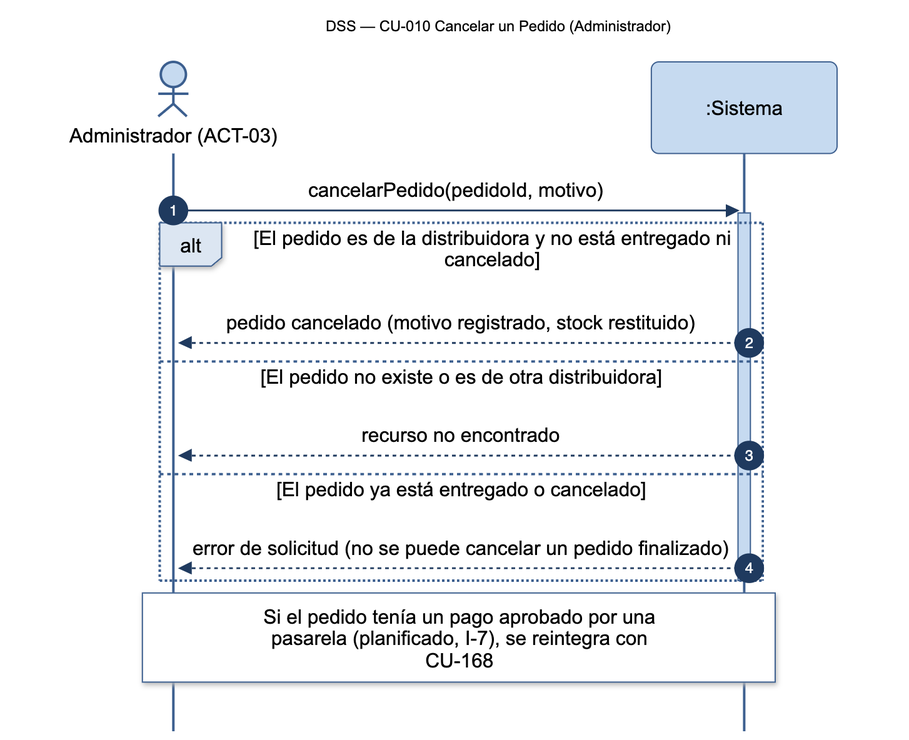
This is diagramas/png/DSS_CU-010_Cancelar-un-Pedido.png from Nahuelito-Dev/splg-docs, a Mermaid export, as it was before one commit. Its source is kept beside it as diagramas/DSS_CU-010_Cancelar-un-Pedido.mmd. Its diagram source:
```mermaid
sequenceDiagram
    title DSS — CU-010 Cancelar un Pedido (Administrador)
    autonumber
    actor ADM as Administrador (ACT-03)
    participant SIS as :Sistema

    ADM->>SIS: cancelarPedido(pedidoId, motivo)
    activate SIS
    alt El pedido es de la distribuidora y no está entregado ni cancelado
        SIS-->>ADM: pedido cancelado (motivo registrado, stock restituido)
    else El pedido no existe o es de otra distribuidora
        SIS-->>ADM: recurso no encontrado
    else El pedido ya está entregado o cancelado
        SIS-->>ADM: error de solicitud (no se puede cancelar un pedido finalizado)
    end
    deactivate SIS
    Note over ADM,SIS: Si el pedido tenía un pago aprobado por una<br/>pasarela (planificado, I-7), se reintegra con<br/>CU-168
```
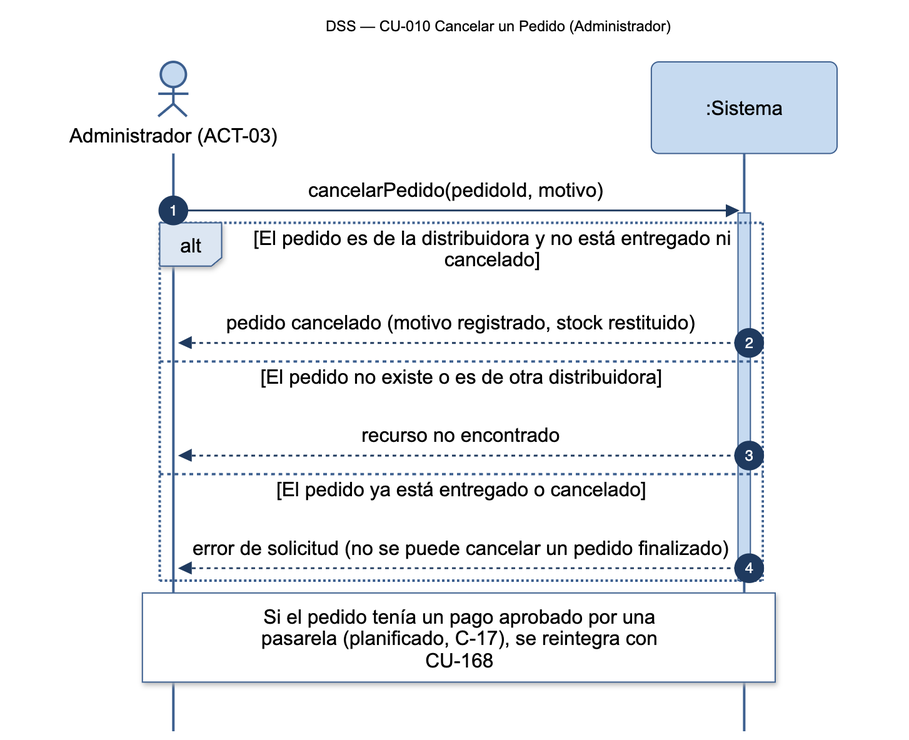
The same diagram one commit later.

The edit, as a diff of the source:
```diff
@@ -14,4 +14,4 @@
         SIS-->>ADM: error de solicitud (no se puede cancelar un pedido finalizado)
     end
     deactivate SIS
-    Note over ADM,SIS: Si el pedido tenía un pago aprobado por una<br/>pasarela (planificado, I-7), se reintegra con<br/>CU-168
+    Note over ADM,SIS: Si el pedido tenía un pago aprobado por una<br/>pasarela (planificado, C-17), se reintegra con<br/>CU-168
```
